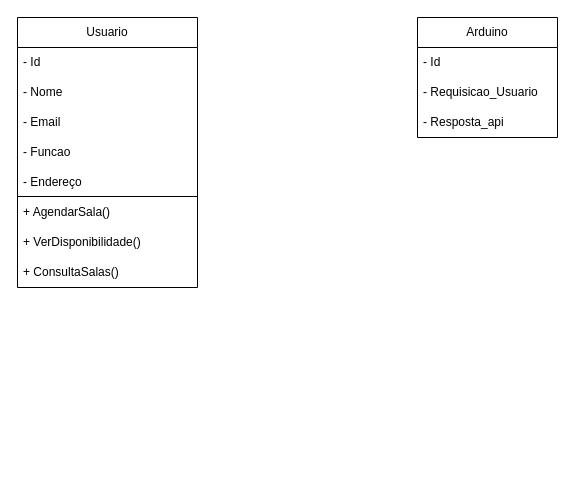
The draw.io diagram documentação e diagramas/Diagrama sem nome.drawio in ArielAndrielli/Fatec-PI-4-Semestre, before the edit. Source tidied: cells renumbered, new cells numbered last; positions are measured from the earlier drawing's top-left corner, leaving out a move shared by most shapes. Both pictures are drawn from the tidied source at 100%, with x=0, y=0 at pixel (17, 17).
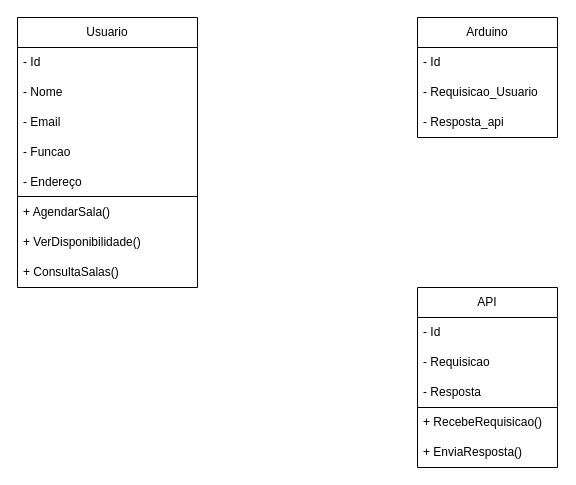
The same page after the edit.

Commit message:
Atualizar diagrama de classes

The edit, as a diff of the source:
```diff
@@
-    <mxCell id="2" value="Usuario" style="swimlane;fontStyle=0;horizontal=1;startSize=30;whiteSpace=wrap;html=1;" parent="1" vertex="1">
+    <mxCell id="2" value="Usuario" style="swimlane;fontStyle=0;horizontal=1;startSize=30;whiteSpace=wrap;html=1;strokeColor=default;" parent="1" vertex="1">
       <mxGeometry width="180" height="270" as="geometry" />
     </mxCell>
@@
+    <mxCell id="16" value="API" style="swimlane;fontStyle=0;horizontal=1;startSize=30;whiteSpace=wrap;html=1;strokeColor=#000000;" parent="1" vertex="1">
+      <mxGeometry x="400" y="270" width="140" height="180" as="geometry" />
+    </mxCell>
+    <mxCell id="17" value="- Id" style="text;strokeColor=none;fillColor=none;align=left;verticalAlign=middle;spacingLeft=4;spacingRight=4;overflow=hidden;whiteSpace=wrap;html=1;" parent="16" vertex="1">
+      <mxGeometry y="30" width="140" height="30" as="geometry" />
+    </mxCell>
+    <mxCell id="18" value="- Requisicao" style="text;strokeColor=none;fillColor=none;align=left;verticalAlign=middle;spacingLeft=4;spacingRight=4;overflow=hidden;whiteSpace=wrap;html=1;" parent="16" vertex="1">
+      <mxGeometry y="60" width="140" height="30" as="geometry" />
+    </mxCell>
+    <mxCell id="19" value="- Resposta" style="text;strokeColor=none;fillColor=none;align=left;verticalAlign=middle;spacingLeft=4;spacingRight=4;overflow=hidden;whiteSpace=wrap;html=1;" parent="16" vertex="1">
+      <mxGeometry y="90" width="140" height="30" as="geometry" />
+    </mxCell>
+    <mxCell id="20" style="endArrow=none;html=1;rounded=0;" parent="16" edge="1">
+      <mxGeometry relative="1" as="geometry">
+        <mxPoint y="120" as="sourcePoint" />
+        <mxPoint x="140" y="120" as="targetPoint" />
+      </mxGeometry>
+    </mxCell>
+    <mxCell id="21" value="+ RecebeRequisicao()" style="text;strokeColor=none;fillColor=none;align=left;verticalAlign=middle;spacingLeft=4;spacingRight=4;overflow=hidden;whiteSpace=wrap;html=1;" parent="16" vertex="1">
+      <mxGeometry y="120" width="140" height="30" as="geometry" />
+    </mxCell>
+    <mxCell id="22" value="+ EnviaResposta()" style="text;strokeColor=none;fillColor=none;align=left;verticalAlign=middle;spacingLeft=4;spacingRight=4;overflow=hidden;whiteSpace=wrap;html=1;" parent="16" vertex="1">
+      <mxGeometry y="150" width="140" height="30" as="geometry" />
+    </mxCell>
```
